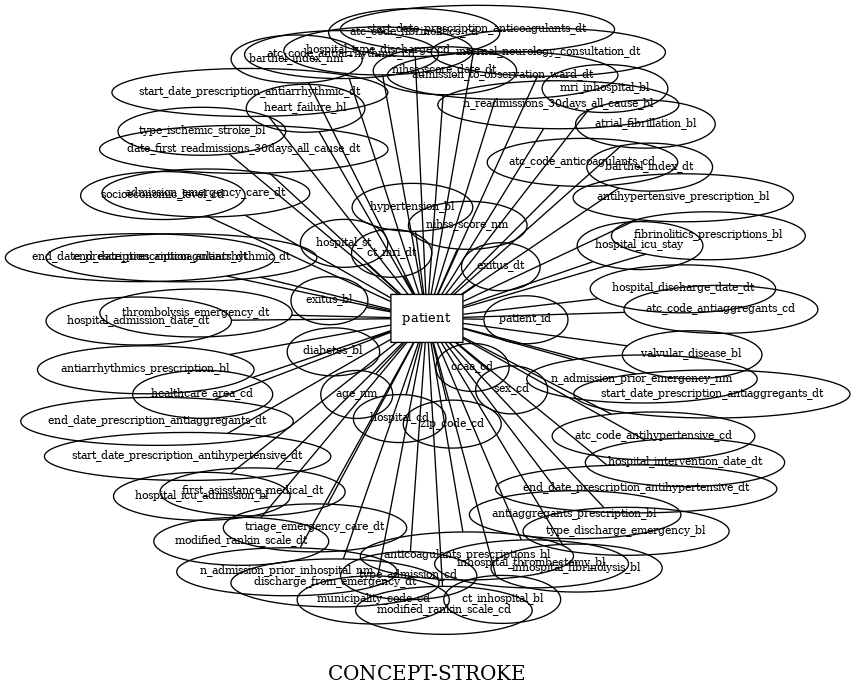
Before: docs/CDM/ER.gv.png, a diagram exported from Graphviz (cienciadedatosysalud/CONCEPT-STROKE). Its source is kept beside it as docs/CDM/ER.gv.
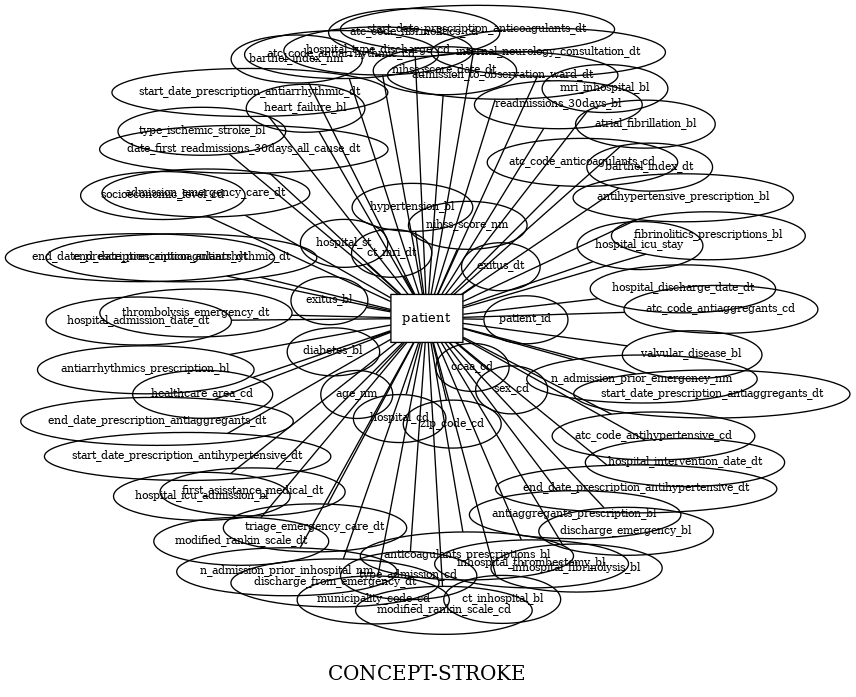
After the commit.

Diff of the diagram source:
```diff
@@ -58,8 +58,8 @@
 	patient_thrombolysis_emergency_dt -- patient [len=2.1]
 	patient_discharge_from_emergency_dt [label=discharge_from_emergency_dt fontsize="8pt"]
 	patient_discharge_from_emergency_dt -- patient [len=2.1]
-	patient_type_discharge_emergency_bl [label=type_discharge_emergency_bl fontsize="8pt"]
-	patient_type_discharge_emergency_bl -- patient [len=2.1]
+	patient_discharge_emergency_bl [label=discharge_emergency_bl fontsize="8pt"]
+	patient_discharge_emergency_bl -- patient [len=2.1]
 	patient_exitus_dt [label=exitus_dt fontsize="8pt"]
 	patient_exitus_dt -- patient [len=1.5]
 	patient_n_admission_prior_emergency_nm [label=n_admission_prior_emergency_nm fontsize="8pt"]
@@ -68,8 +68,8 @@
 	patient_n_admission_prior_inhospital_nm -- patient [len=2.1]
 	patient_date_first_readmissions_30days_all_cause_dt [label=date_first_readmissions_30days_all_cause_dt fontsize="8pt"]
 	patient_date_first_readmissions_30days_all_cause_dt -- patient [len=2.1]
-	patient_n_readmissions_30days_all_cause_bl [label=n_readmissions_30days_all_cause_bl fontsize="8pt"]
-	patient_n_readmissions_30days_all_cause_bl -- patient [len=2.1]
+	patient_readmissions_30days_bl [label=readmissions_30days_bl fontsize="8pt"]
+	patient_readmissions_30days_bl -- patient [len=2.1]
 	patient_anticoagulants_prescriptions_bl [label=anticoagulants_prescriptions_bl fontsize="8pt"]
 	patient_anticoagulants_prescriptions_bl -- patient [len=2.1]
 	patient_atc_code_anticoagulants_cd [label=atc_code_anticoagulants_cd fontsize="8pt"]
```
